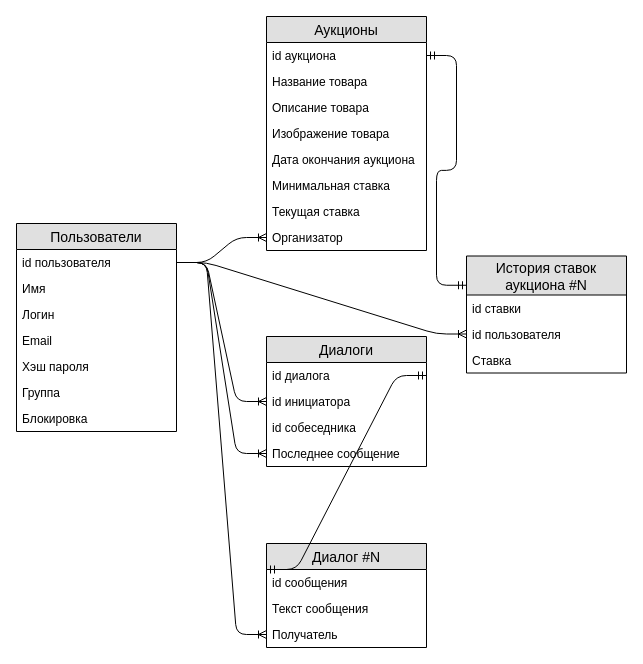
Earlier version of the draw.io diagram Diagrams/ER-Diagram.drawio (Fake-Make/Au). Source tidied: cells renumbered, new cells numbered last; positions are measured from the earlier drawing's top-left corner, leaving out a move shared by most shapes. Both pictures are drawn from the tidied source at 100%, with x=0, y=0 at pixel (16, 16).
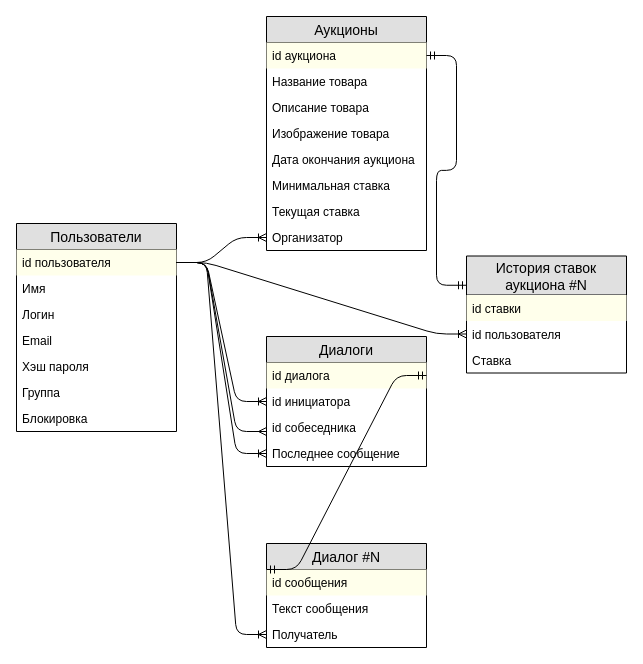
The same page after the edit.

Unchanged cells that the change refers to:
```xml
<mxCell id="2" value="Пользователи" style="swimlane;fontStyle=0;horizontal=1;startSize=26;fillColor=#e0e0e0;swimlaneFillColor=#ffffff;align=center;fontSize=14;" parent="1" vertex="1">
  <mxGeometry y="207" width="160" height="208" as="geometry" />
</mxCell>
<mxCell id="10" value="Диалоги" style="swimlane;fontStyle=0;horizontal=1;startSize=26;fillColor=#e0e0e0;swimlaneFillColor=#ffffff;align=center;fontSize=14;" parent="1" vertex="1">
  <mxGeometry x="250" y="320" width="160" height="130" as="geometry" />
</mxCell>
<mxCell id="13" value="id собеседника" style="text;strokeColor=none;fillColor=none;spacingLeft=4;spacingRight=4;overflow=hidden;points=[[0,0.5],[1,0.5]];portConstraint=eastwest;fontSize=12;" parent="10" vertex="1">
  <mxGeometry y="78" width="160" height="26" as="geometry" />
</mxCell>
<mxCell id="15" value="Аукционы" style="swimlane;fontStyle=0;horizontal=1;startSize=26;fillColor=#e0e0e0;swimlaneFillColor=#ffffff;align=center;fontSize=14;" parent="1" vertex="1">
  <mxGeometry x="250" width="160" height="234" as="geometry" />
</mxCell>
<mxCell id="24" value="Диалог #N" style="swimlane;fontStyle=0;horizontal=1;startSize=26;fillColor=#e0e0e0;swimlaneFillColor=#ffffff;align=center;fontSize=14;" parent="1" vertex="1">
  <mxGeometry x="250" y="527" width="160" height="104" as="geometry" />
</mxCell>
<mxCell id="28" value="История ставок&#10;аукциона #N" style="swimlane;fontStyle=0;horizontal=1;startSize=39;fillColor=#e0e0e0;swimlaneFillColor=#ffffff;align=center;fontSize=14;" parent="1" vertex="1">
  <mxGeometry x="450" y="239.5" width="160" height="117" as="geometry" />
</mxCell>
```

Diff of the diagram source:
```diff
@@
-    <mxCell id="3" value="id пользователя" style="text;strokeColor=none;fillColor=none;spacingLeft=4;spacingRight=4;overflow=hidden;points=[[0,0.5],[1,0.5]];portConstraint=eastwest;fontSize=12;" parent="2" vertex="1">
+    <mxCell id="3" value="id пользователя" style="text;strokeColor=none;fillColor=#FFFFEB;spacingLeft=4;spacingRight=4;overflow=hidden;points=[[0,0.5],[1,0.5]];portConstraint=eastwest;fontSize=12;" parent="2" vertex="1">
       <mxGeometry y="26" width="160" height="26" as="geometry" />
     </mxCell>
@@
-    <mxCell id="11" value="id диалога" style="text;strokeColor=none;fillColor=none;spacingLeft=4;spacingRight=4;overflow=hidden;points=[[0,0.5],[1,0.5]];portConstraint=eastwest;fontSize=12;" parent="10" vertex="1">
+    <mxCell id="11" value="id диалога" style="text;strokeColor=none;fillColor=#FFFFEB;spacingLeft=4;spacingRight=4;overflow=hidden;points=[[0,0.5],[1,0.5]];portConstraint=eastwest;fontSize=12;" parent="10" vertex="1">
       <mxGeometry y="26" width="160" height="26" as="geometry" />
     </mxCell>
@@
-    <mxCell id="16" value="id аукциона" style="text;strokeColor=none;fillColor=none;spacingLeft=4;spacingRight=4;overflow=hidden;points=[[0,0.5],[1,0.5]];portConstraint=eastwest;fontSize=12;" parent="15" vertex="1">
+    <mxCell id="16" value="id аукциона" style="text;strokeColor=none;fillColor=#FFFFEB;spacingLeft=4;spacingRight=4;overflow=hidden;points=[[0,0.5],[1,0.5]];portConstraint=eastwest;fontSize=12;" parent="15" vertex="1">
       <mxGeometry y="26" width="160" height="26" as="geometry" />
     </mxCell>
@@
-    <mxCell id="25" value="id сообщения" style="text;strokeColor=none;fillColor=none;spacingLeft=4;spacingRight=4;overflow=hidden;fontSize=12;" parent="24" vertex="1">
+    <mxCell id="25" value="id сообщения" style="text;strokeColor=none;fillColor=#FFFFEB;spacingLeft=4;spacingRight=4;overflow=hidden;fontSize=12;" parent="24" vertex="1">
       <mxGeometry y="26" width="160" height="26" as="geometry" />
     </mxCell>
@@
-    <mxCell id="29" value="id ставки" style="text;strokeColor=none;fillColor=none;spacingLeft=4;spacingRight=4;overflow=hidden;fontSize=12;" parent="28" vertex="1">
+    <mxCell id="29" value="id ставки" style="text;strokeColor=none;fillColor=#FFFFEB;spacingLeft=4;spacingRight=4;overflow=hidden;fontSize=12;" parent="28" vertex="1">
       <mxGeometry y="39" width="160" height="26" as="geometry" />
     </mxCell>
@@
+    <mxCell id="39" style="edgeStyle=entityRelationEdgeStyle;fontSize=12;html=1;endArrow=ERmany;exitX=1;exitY=0.5;exitDx=0;exitDy=0;entryX=0;entryY=0.654;entryDx=0;entryDy=0;entryPerimeter=0;" parent="1" edge="1" source="3" target="13">
+      <mxGeometry relative="1" as="geometry" />
+    </mxCell>
```
